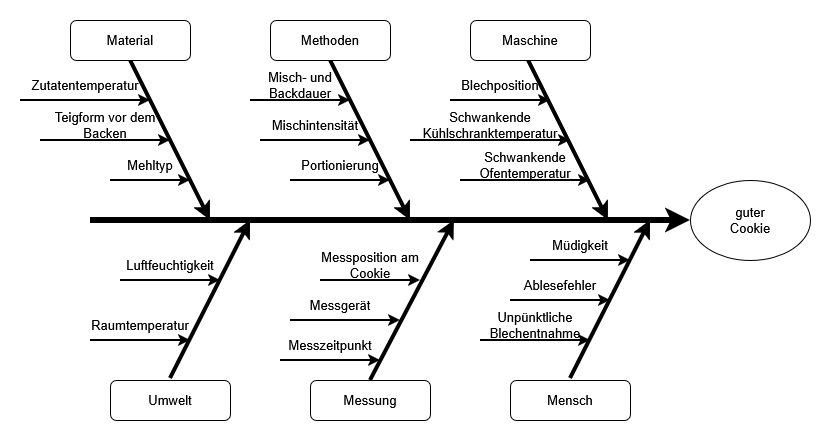
quergi/doe_cookies keeps this draw.io diagram as Bericht/figures/ursache_wirkung.drawio.png. Above is the earlier version. Source tidied: cells renumbered, new cells last; positions are measured from the earlier drawing's top-left corner, leaving out a move shared by most shapes.
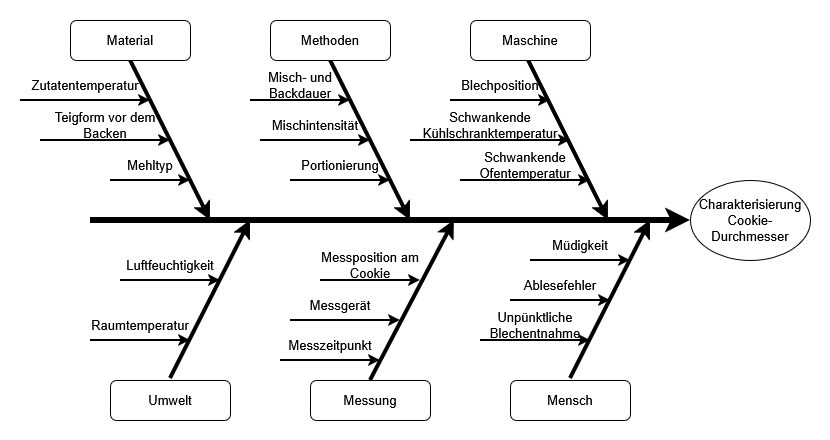
Later version of the same file.

What changed in the source:
```diff
@@ -239,7 +239,7 @@
     <mxCell id="58" value="Teigform vor dem Backen" style="text;html=1;whiteSpace=wrap;strokeColor=none;fillColor=none;align=center;verticalAlign=middle;rounded=0;fontSize=13;" parent="56" vertex="1">
       <mxGeometry width="130" height="30" as="geometry" />
     </mxCell>
-    <mxCell id="59" value="&lt;div&gt;guter&lt;/div&gt;&lt;div&gt;Cookie&lt;/div&gt;" style="ellipse;whiteSpace=wrap;html=1;fontSize=13;" parent="1" vertex="1">
+    <mxCell id="59" value="Charakterisierung Cookie-Durchmesser" style="ellipse;whiteSpace=wrap;html=1;fontSize=13;" parent="1" vertex="1">
       <mxGeometry x="690" y="180" width="120" height="80" as="geometry" />
     </mxCell>
     <mxCell id="60" style="group;fontSize=13;" parent="1" vertex="1">
```
